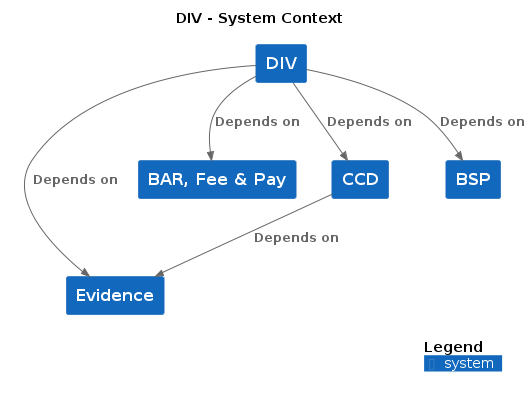
This is docs/c4/div/images/structurizr-div-context.png from hmcts/cnp-api-docs, a PlantUML export, as it was before one commit.
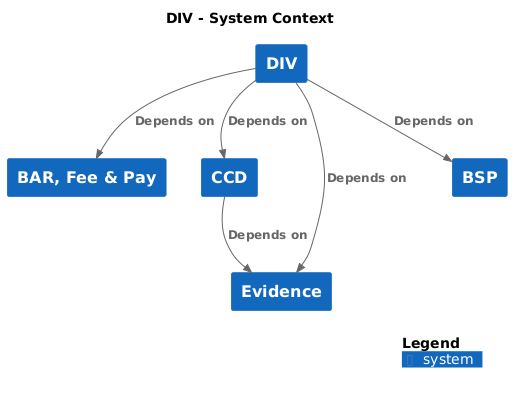
Above is the later version.

The edit, as a diff of the source:
```diff
@@ -13,11 +13,11 @@
 System(BSP, "BSP", $descr="", $tags="", $link="")
 System(DIV, "DIV", $descr="", $tags="", $link="")
 
-Rel_D(CCD, Evidence, "Depends on", $techn="", $tags="", $link="")
-Rel_D(DIV, Evidence, "Depends on", $techn="", $tags="", $link="")
-Rel_D(DIV, BARFeePay, "Depends on", $techn="", $tags="", $link="")
-Rel_D(DIV, CCD, "Depends on", $techn="", $tags="", $link="")
-Rel_D(DIV, BSP, "Depends on", $techn="", $tags="", $link="")
+Rel(CCD, Evidence, "Depends on", $techn="", $tags="", $link="")
+Rel(DIV, Evidence, "Depends on", $techn="", $tags="", $link="")
+Rel(DIV, BARFeePay, "Depends on", $techn="", $tags="", $link="")
+Rel(DIV, CCD, "Depends on", $techn="", $tags="", $link="")
+Rel(DIV, BSP, "Depends on", $techn="", $tags="", $link="")
 
 SHOW_DYNAMIC_LEGEND()
 @enduml
```
